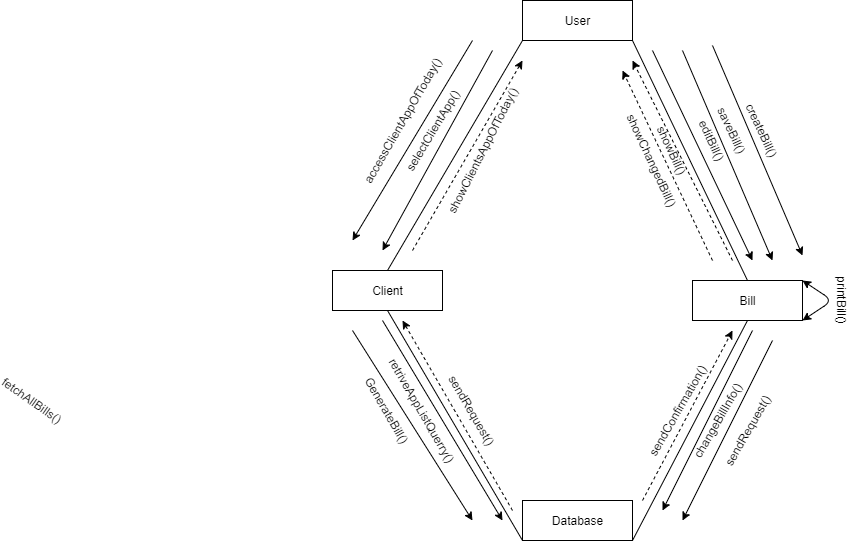
Earlier version of the draw.io export Diagrams/Collaboration Diagrams/COL_31_32_33_34_Generate-Edit-Create-Print Bills.png (kkasharaj17/SE-project). Source tidied: cells renumbered, new cells last; positions are measured from the earlier drawing's top-left corner, leaving out a move shared by most shapes.
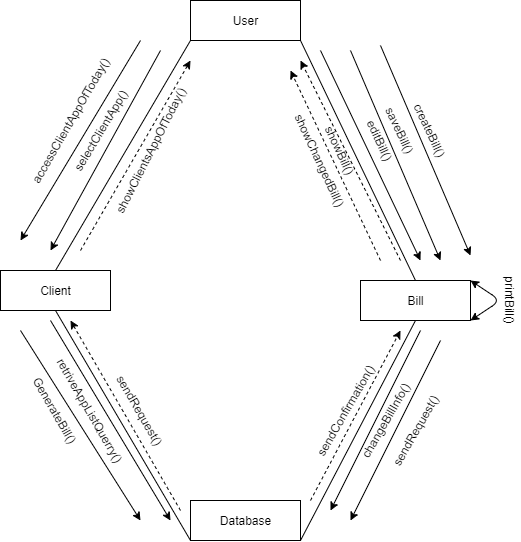
Above is the later version.

Change to the diagram source:
```diff
@@ -65,9 +65,6 @@
         <mxPoint x="460" y="520" as="targetPoint" />
       </mxGeometry>
     </mxCell>
-    <mxCell id="16" value="fetchAllBills()" style="text;html=1;strokeColor=none;fillColor=none;align=center;verticalAlign=middle;whiteSpace=wrap;rounded=0;rotation=35;" parent="1" vertex="1">
-      <mxGeometry y="390" width="40" height="20" as="geometry" />
-    </mxCell>
     <mxCell id="17" value="sendRequest()" style="text;html=1;strokeColor=none;fillColor=none;align=center;verticalAlign=middle;whiteSpace=wrap;rounded=0;rotation=60;" parent="1" vertex="1">
       <mxGeometry x="440" y="400" width="40" height="20" as="geometry" />
     </mxCell>
```
